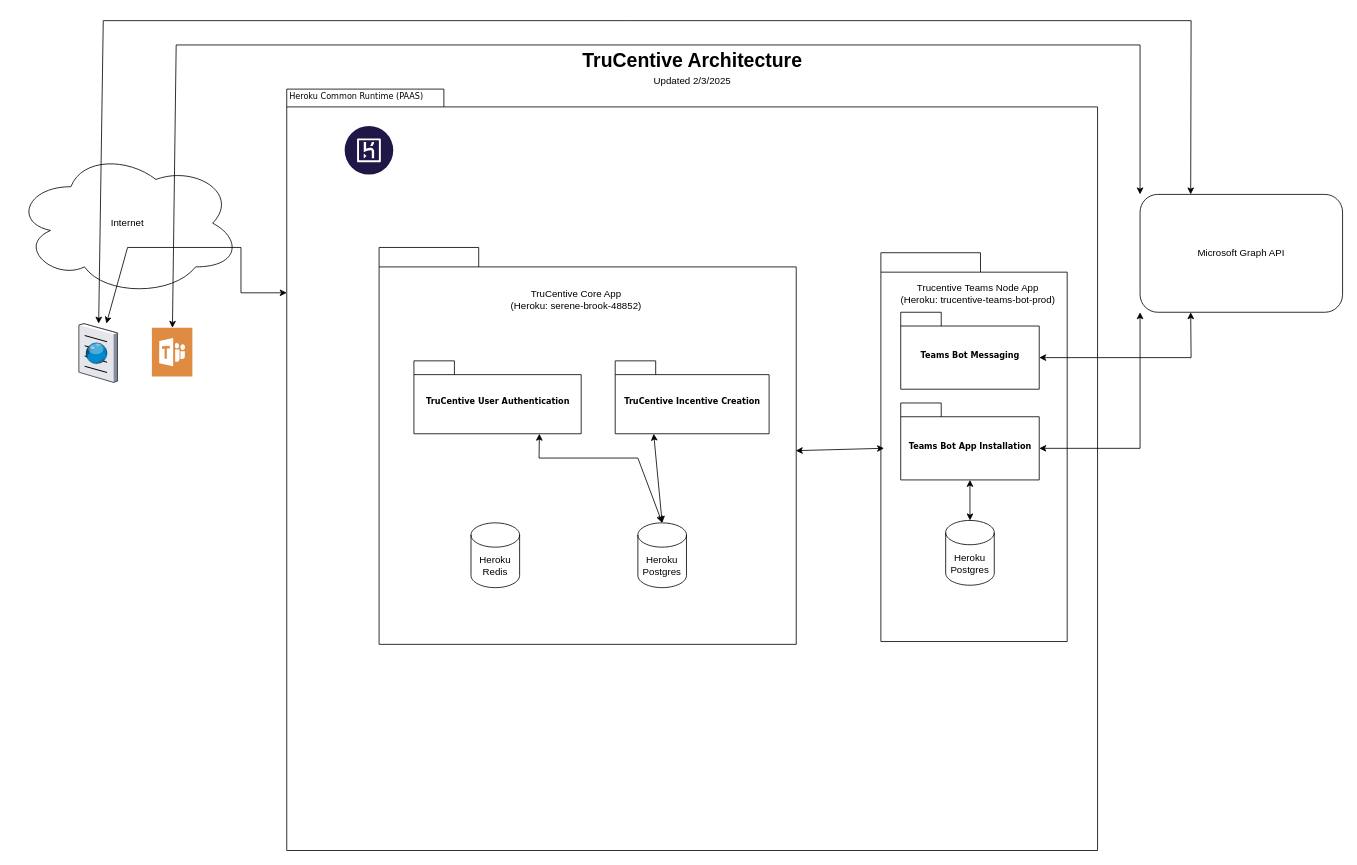
Above: source/TruCentiveTeamsArchitecture.drawio in trucentive/payette-api (draw.io), before the change. Source tidied: cells renumbered, new cells numbered last; positions are measured from the earlier drawing's top-left corner, leaving out a move shared by most shapes. Both pictures are drawn from the tidied source at 81%, with x=0, y=0 at pixel (14, 20). Pictures stored in the file or linked from it are replaced by grey dashed boxes.
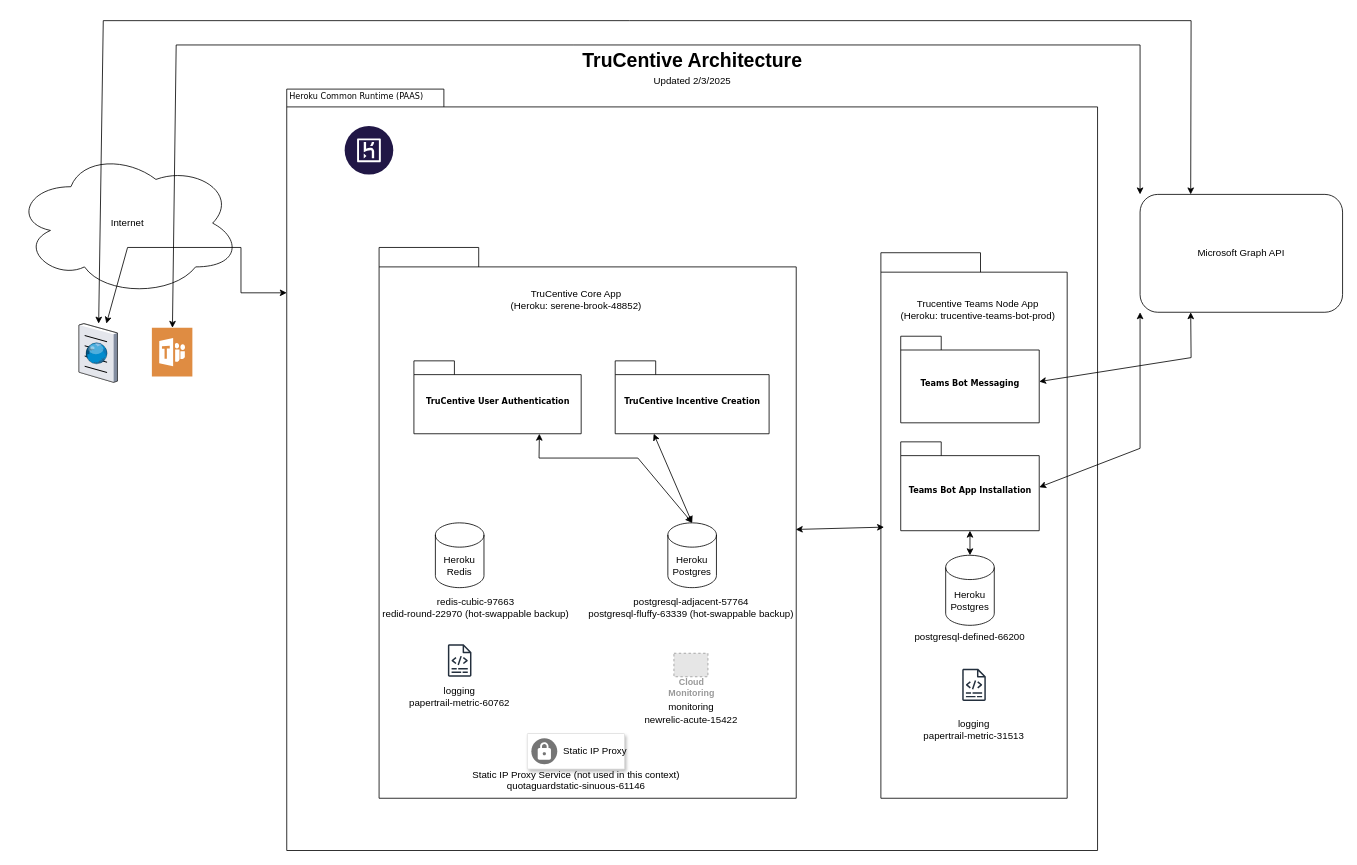
After the change.

The edit, as a diff of the source:
```diff
@@
     <mxCell id="3" style="group;" parent="1" vertex="1">
-      <mxGeometry x="1070" y="286.5" width="230" height="480" as="geometry" />
+      <mxGeometry x="1070" y="286.5" width="245" height="673.5" as="geometry" />
     </mxCell>
     <mxCell id="4" style="group;" parent="3" vertex="1">
-      <mxGeometry width="230" height="480" as="geometry" />
+      <mxGeometry width="245" height="673.5" as="geometry" />
     </mxCell>
     <mxCell id="5" style="shape=folder;fontStyle=1;spacingTop=10;tabWidth=123;tabHeight=24;tabPosition=left;html=1;rounded=0;shadow=0;comic=0;labelBackgroundColor=none;strokeWidth=1;fontFamily=Verdana;fontSize=10;align=center;" parent="4" vertex="1">
-      <mxGeometry width="230" height="480" as="geometry" />
+      <mxGeometry width="230" height="673.5" as="geometry" />
     </mxCell>
     <mxCell id="6" value="Teams Bot App Installation" style="shape=folder;fontStyle=1;spacingTop=10;tabWidth=50;tabHeight=17;tabPosition=left;html=1;rounded=0;shadow=0;comic=0;labelBackgroundColor=none;strokeWidth=1;fontFamily=Verdana;fontSize=10;align=center;" parent="4" vertex="1">
-      <mxGeometry x="24.5" y="185.5" width="171" height="95" as="geometry" />
+      <mxGeometry x="24.5" y="233.5" width="171" height="109.7" as="geometry" />
     </mxCell>
     <mxCell id="7" value="Trucentive Teams Node App&lt;div&gt;(Heroku: trucentive-teams-bot-prod)&lt;/div&gt;" style="text;html=1;align=center;verticalAlign=middle;whiteSpace=wrap;rounded=0;" parent="4" vertex="1">
-      <mxGeometry x="20" y="35.5" width="200" height="30" as="geometry" />
+      <mxGeometry x="20" y="49.8" width="200" height="42.1" as="geometry" />
     </mxCell>
     <mxCell id="8" value="Heroku Postgres" style="shape=cylinder3;whiteSpace=wrap;html=1;boundedLbl=1;backgroundOutline=1;size=15;" parent="4" vertex="1">
-      <mxGeometry x="80" y="330.5" width="60" height="80" as="geometry" />
+      <mxGeometry x="80" y="373.5" width="60" height="86.5" as="geometry" />
     </mxCell>
     <mxCell id="9" value="Teams Bot Messaging" style="shape=folder;fontStyle=1;spacingTop=10;tabWidth=50;tabHeight=17;tabPosition=left;html=1;rounded=0;shadow=0;comic=0;labelBackgroundColor=none;strokeWidth=1;fontFamily=Verdana;fontSize=10;align=center;" parent="4" vertex="1">
-      <mxGeometry x="24.5" y="73.5" width="171" height="95" as="geometry" />
+      <mxGeometry x="24.5" y="103.1" width="171" height="106.9" as="geometry" />
     </mxCell>
@@
+    <mxCell id="33" value="postgresql-defined-66200&lt;div&gt;&lt;br&gt;&lt;/div&gt;" style="text;html=1;align=center;verticalAlign=middle;whiteSpace=wrap;rounded=0;" parent="4" vertex="1">
+      <mxGeometry x="-20" y="460" width="260" height="42.1" as="geometry" />
+    </mxCell>
+    <mxCell id="34" style="sketch=0;fontColor=#232F3E;gradientColor=none;fillColor=#232F3D;strokeColor=none;dashed=0;verticalLabelPosition=bottom;verticalAlign=top;align=center;html=1;fontSize=12;fontStyle=0;shape=mxgraph.aws4.logs;" parent="4" vertex="1">
+      <mxGeometry x="100.4" y="513.5" width="29.2" height="40" as="geometry" />
+    </mxCell>
+    <mxCell id="35" value="&lt;div&gt;logging&lt;/div&gt;&lt;div&gt;papertrail-metric-31513&lt;br&gt;&lt;/div&gt;" style="text;html=1;align=center;verticalAlign=middle;whiteSpace=wrap;rounded=0;" parent="4" vertex="1">
+      <mxGeometry x="-15" y="573.5" width="260" height="30" as="geometry" />
+    </mxCell>
     <mxCell id="11" style="shape=folder;fontStyle=1;spacingTop=10;tabWidth=123;tabHeight=24;tabPosition=left;html=1;rounded=0;shadow=0;comic=0;labelBackgroundColor=none;strokeColor=#000000;strokeWidth=1;fillColor=#ffffff;fontFamily=Verdana;fontSize=10;fontColor=#000000;align=center;" parent="1" vertex="1">
-      <mxGeometry x="450.5" y="280" width="515" height="490" as="geometry" />
+      <mxGeometry x="450.5" y="280" width="515" height="680" as="geometry" />
     </mxCell>
@@
     <mxCell id="24" value="Heroku Postgres" style="shape=cylinder3;whiteSpace=wrap;html=1;boundedLbl=1;backgroundOutline=1;size=15;" parent="1" vertex="1">
-      <mxGeometry x="770" y="620" width="60" height="80" as="geometry" />
+      <mxGeometry x="807" y="620" width="60" height="80" as="geometry" />
     </mxCell>
     <mxCell id="25" value="Heroku Redis" style="shape=cylinder3;whiteSpace=wrap;html=1;boundedLbl=1;backgroundOutline=1;size=15;" parent="1" vertex="1">
-      <mxGeometry x="564" y="620" width="60" height="80" as="geometry" />
+      <mxGeometry x="520" y="620" width="60" height="80" as="geometry" />
     </mxCell>
@@
+    <mxCell id="36" value="&lt;div&gt;redis-cubic-97663&lt;/div&gt;&lt;div&gt;redid-round-22970 (hot-swappable backup)&lt;/div&gt;" style="text;html=1;align=center;verticalAlign=middle;whiteSpace=wrap;rounded=0;" parent="1" vertex="1">
+      <mxGeometry x="440" y="710" width="260" height="30" as="geometry" />
+    </mxCell>
+    <mxCell id="37" value="postgresql-adjacent-57764&lt;div&gt;postgresql-fluffy-63339 (hot-swappable backup)&lt;/div&gt;" style="text;html=1;align=center;verticalAlign=middle;whiteSpace=wrap;rounded=0;" parent="1" vertex="1">
+      <mxGeometry x="705.5" y="710" width="260" height="30" as="geometry" />
+    </mxCell>
+    <mxCell id="38" style="sketch=0;fontColor=#232F3E;gradientColor=none;fillColor=#232F3D;strokeColor=none;dashed=0;verticalLabelPosition=bottom;verticalAlign=top;align=center;html=1;fontSize=12;fontStyle=0;shape=mxgraph.aws4.logs;" parent="1" vertex="1">
+      <mxGeometry x="535.4" y="770" width="29.2" height="40" as="geometry" />
+    </mxCell>
+    <mxCell id="39" value="&lt;div&gt;logging&lt;/div&gt;&lt;div&gt;papertrail-metric-60762&lt;br&gt;&lt;/div&gt;" style="text;html=1;align=center;verticalAlign=middle;whiteSpace=wrap;rounded=0;" parent="1" vertex="1">
+      <mxGeometry x="420" y="820" width="260" height="30" as="geometry" />
+    </mxCell>
+    <mxCell id="40" value="Cloud&#10;Monitoring" style="fillColor=#E6E6E6;strokeColor=#999999;dashed=1;html=1;verticalAlign=top;labelPosition=center;verticalLabelPosition=bottom;align=center;spacingTop=-6;fontSize=11;fontStyle=1;fontColor=#999999;" parent="1" vertex="1">
+      <mxGeometry x="814.5" y="781" width="42" height="29" as="geometry" />
+    </mxCell>
+    <mxCell id="41" value="&lt;div&gt;monitoring&lt;/div&gt;&lt;div&gt;newrelic-acute-15422&lt;/div&gt;" style="text;html=1;align=center;verticalAlign=middle;whiteSpace=wrap;rounded=0;" parent="1" vertex="1">
+      <mxGeometry x="705.5" y="840" width="260" height="30" as="geometry" />
+    </mxCell>
+    <mxCell id="42" style="strokeColor=#dddddd;shadow=1;strokeWidth=1;rounded=1;absoluteArcSize=1;arcSize=2;" parent="1" vertex="1">
+      <mxGeometry x="633.5" y="880" width="120" height="44" as="geometry" />
+    </mxCell>
+    <mxCell id="43" value="Static IP Proxy" style="sketch=0;dashed=0;html=1;fillColor=#757575;strokeColor=none;shape=mxgraph.gcp2.squid_proxy;labelPosition=right;verticalLabelPosition=middle;align=left;verticalAlign=middle;spacingLeft=5;fontSize=12;" parent="42" vertex="1">
+      <mxGeometry y="0.5" width="32" height="32" relative="1" as="geometry">
+        <mxPoint x="5" y="-16" as="offset" />
+      </mxGeometry>
+    </mxCell>
+    <mxCell id="44" value="&lt;div&gt;Static IP Proxy Service (not used in this context)&lt;/div&gt;&lt;div&gt;quotaguardstatic-sinuous-61146&lt;/div&gt;&lt;div&gt;&lt;br&gt;&lt;/div&gt;" style="text;html=1;align=center;verticalAlign=middle;whiteSpace=wrap;rounded=0;" parent="1" vertex="1">
+      <mxGeometry x="563.5" y="930" width="260" height="30" as="geometry" />
+    </mxCell>
```
